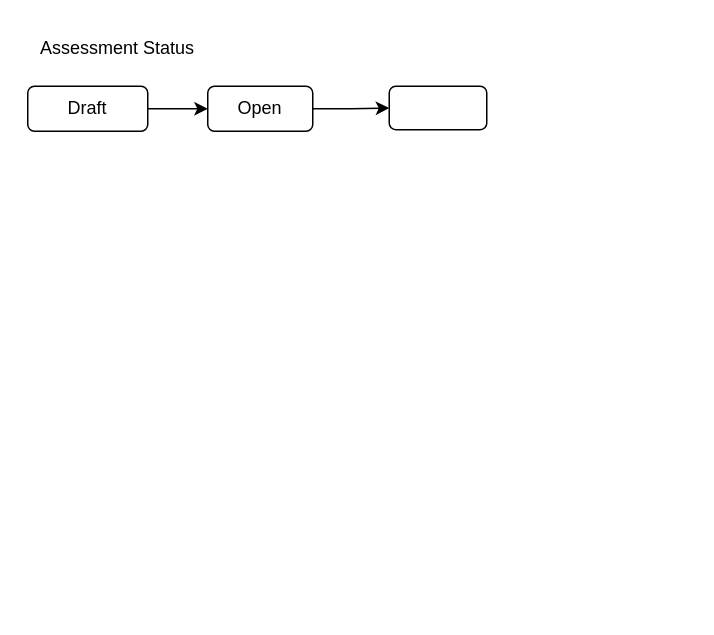
This is Untitled Diagram.drawio from nselangovan/powerofdata, a draw.io file, before an edit. Source tidied: cells renumbered, new cells numbered last; positions are measured from the earlier drawing's top-left corner, leaving out a move shared by most shapes. Both pictures are drawn from the tidied source at 150%, with x=0, y=0 at pixel (27, 26).
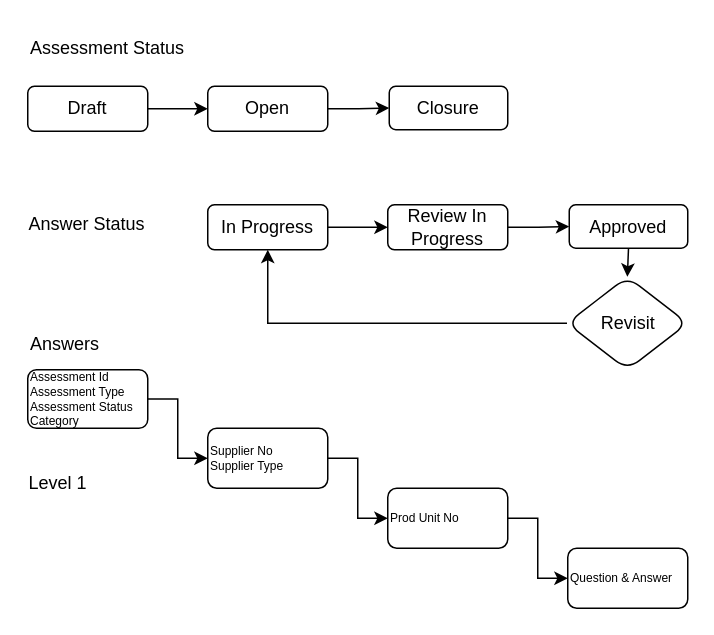
After the change.

What changed in the source:
```diff
@@
     <mxCell id="5" value="Open" style="whiteSpace=wrap;html=1;rounded=1;" parent="1" vertex="1">
-      <mxGeometry x="120" y="40" width="70" height="30" as="geometry" />
+      <mxGeometry x="120" y="40" width="80" height="30" as="geometry" />
     </mxCell>
-    <mxCell id="6" value="Assessment Status" style="text;html=1;strokeColor=none;fillColor=none;align=center;verticalAlign=middle;whiteSpace=wrap;rounded=0;" parent="1" vertex="1">
+    <mxCell id="6" value="Assessment Status" style="text;html=1;strokeColor=none;fillColor=none;align=left;verticalAlign=middle;whiteSpace=wrap;rounded=0;" parent="1" vertex="1">
       <mxGeometry width="120" height="30" as="geometry" />
     </mxCell>
-    <mxCell id="7" style="whiteSpace=wrap;html=1;rounded=1;" parent="1" vertex="1">
-      <mxGeometry x="241" y="40" width="65" height="29" as="geometry" />
+    <mxCell id="7" value="Closure" style="whiteSpace=wrap;html=1;rounded=1;" parent="1" vertex="1">
+      <mxGeometry x="241" y="40" width="79" height="29" as="geometry" />
     </mxCell>
+    <mxCell id="8" style="edgeStyle=orthogonalEdgeStyle;rounded=0;jettySize=auto;html=1;" parent="1" edge="1" source="9" target="11">
+      <mxGeometry relative="1" as="geometry" />
+    </mxCell>
+    <mxCell id="9" value="In Progress" style="rounded=1;whiteSpace=wrap;html=1;" parent="1" vertex="1">
+      <mxGeometry x="120" y="119" width="80" height="30" as="geometry" />
+    </mxCell>
+    <mxCell id="10" style="edgeStyle=orthogonalEdgeStyle;rounded=0;jettySize=auto;html=1;" parent="1" edge="1" source="11" target="14">
+      <mxGeometry relative="1" as="geometry" />
+    </mxCell>
+    <mxCell id="11" value="Review In Progress" style="whiteSpace=wrap;html=1;rounded=1;" parent="1" vertex="1">
+      <mxGeometry x="240" y="119" width="80" height="30" as="geometry" />
+    </mxCell>
+    <mxCell id="12" value="Answer Status" style="text;html=1;strokeColor=none;fillColor=none;align=left;verticalAlign=middle;whiteSpace=wrap;rounded=0;" parent="1" vertex="1">
+      <mxGeometry x="-1" y="117" width="111" height="30" as="geometry" />
+    </mxCell>
+    <mxCell id="13" style="edgeStyle=orthogonalEdgeStyle;rounded=0;jettySize=auto;html=1;entryX=0.5;entryY=0;entryDx=0;entryDy=0;exitX=0.5;exitY=1;exitDx=0;exitDy=0;" parent="1" edge="1" source="14" target="16">
+      <mxGeometry relative="1" as="geometry" />
+    </mxCell>
+    <mxCell id="14" value="Approved" style="whiteSpace=wrap;html=1;rounded=1;" parent="1" vertex="1">
+      <mxGeometry x="361" y="119" width="79" height="29" as="geometry" />
+    </mxCell>
+    <mxCell id="15" style="edgeStyle=orthogonalEdgeStyle;rounded=0;jettySize=auto;html=1;entryX=0.5;entryY=1;entryDx=0;entryDy=0;" parent="1" edge="1" source="16" target="9">
+      <mxGeometry relative="1" as="geometry" />
+    </mxCell>
+    <mxCell id="16" value="Revisit" style="rhombus;whiteSpace=wrap;html=1;rounded=1;" parent="1" vertex="1">
+      <mxGeometry x="359.5" y="167" width="80.5" height="62" as="geometry" />
+    </mxCell>
+    <mxCell id="17" value="Answers" style="text;html=1;strokeColor=none;fillColor=none;align=left;verticalAlign=middle;whiteSpace=wrap;rounded=0;" parent="1" vertex="1">
+      <mxGeometry y="197" width="120" height="30" as="geometry" />
+    </mxCell>
+    <mxCell id="18" style="edgeStyle=orthogonalEdgeStyle;rounded=0;jettySize=auto;html=1;" parent="1" edge="1" source="19" target="21">
+      <mxGeometry relative="1" as="geometry" />
+    </mxCell>
+    <mxCell id="19" value="Assessment Id&lt;br style=&quot;font-size: 8px;&quot;&gt;Assessment Type&lt;br style=&quot;font-size: 8px;&quot;&gt;Assessment Status&lt;br style=&quot;font-size: 8px;&quot;&gt;Category" style="rounded=1;whiteSpace=wrap;html=1;align=left;fontSize=8;" parent="1" vertex="1">
+      <mxGeometry y="229" width="80" height="39" as="geometry" />
+    </mxCell>
+    <mxCell id="20" style="edgeStyle=orthogonalEdgeStyle;rounded=0;jettySize=auto;html=1;" parent="1" edge="1" source="21" target="23">
+      <mxGeometry relative="1" as="geometry" />
+    </mxCell>
+    <mxCell id="21" value="Supplier No&lt;br style=&quot;font-size: 8px;&quot;&gt;Supplier Type" style="whiteSpace=wrap;html=1;align=left;rounded=1;fontSize=8;" parent="1" vertex="1">
+      <mxGeometry x="120" y="268" width="80" height="40" as="geometry" />
+    </mxCell>
+    <mxCell id="22" style="edgeStyle=orthogonalEdgeStyle;rounded=0;jettySize=auto;html=1;entryX=0;entryY=0.5;entryDx=0;entryDy=0;fontSize=8;" parent="1" edge="1" source="23" target="24">
+      <mxGeometry relative="1" as="geometry" />
+    </mxCell>
+    <mxCell id="23" value="Prod Unit No" style="whiteSpace=wrap;html=1;align=left;rounded=1;fontSize=8;" parent="1" vertex="1">
+      <mxGeometry x="240" y="308" width="80" height="40" as="geometry" />
+    </mxCell>
+    <mxCell id="24" value="Question &amp;amp; Answer" style="whiteSpace=wrap;html=1;align=left;rounded=1;fontSize=8;" parent="1" vertex="1">
+      <mxGeometry x="360" y="348" width="80" height="40" as="geometry" />
+    </mxCell>
+    <mxCell id="25" value="Level 1" style="text;html=1;strokeColor=none;fillColor=none;align=left;verticalAlign=middle;whiteSpace=wrap;rounded=0;" parent="1" vertex="1">
+      <mxGeometry x="-1" y="290" width="81" height="30" as="geometry" />
+    </mxCell>
```
